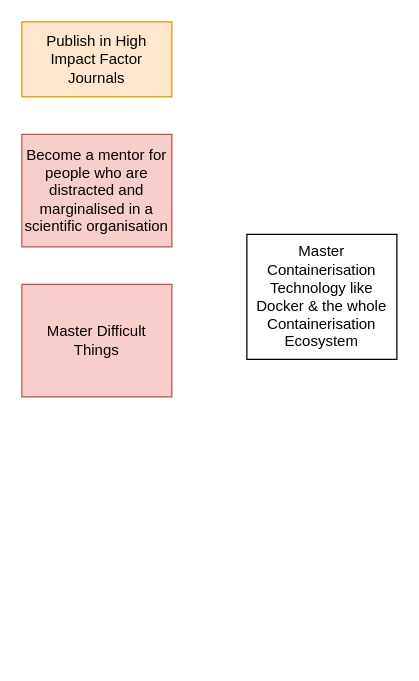
devranjandas/easy-office keeps this draw.io diagram as vision.drawio. Above is the earlier version. Source tidied: cells renumbered, new cells numbered last; positions are measured from the earlier drawing's top-left corner, leaving out a move shared by most shapes. Both pictures are drawn from the tidied source at 125%, with x=0, y=0 at pixel (21, 21).
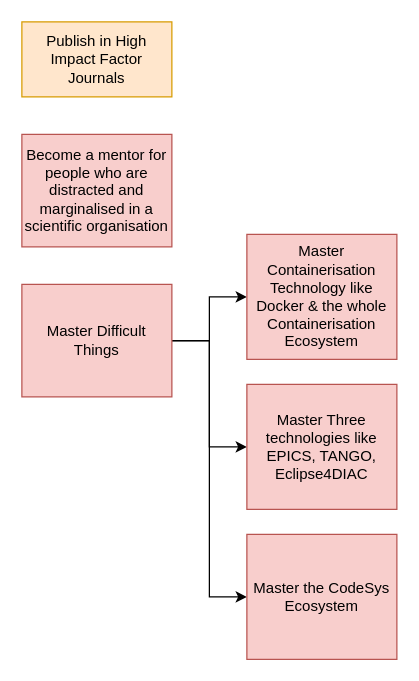
Above is the later version.

The edit, as a diff of the source:
```diff
@@
 <mxGraphModel>
   <root>
     <mxCell id="0" />
     <mxCell id="1" parent="0" />
     <mxCell id="2" value="Publish in High Impact Factor Journals" style="rounded=0;whiteSpace=wrap;html=1;fillColor=#ffe6cc;strokeColor=#d79b00;" parent="1" vertex="1">
       <mxGeometry width="120" height="60" as="geometry" />
     </mxCell>
     <mxCell id="3" value="Become a mentor for people who are distracted and marginalised in a scientific organisation" style="rounded=0;whiteSpace=wrap;html=1;fillColor=#f8cecc;strokeColor=#b85450;" parent="1" vertex="1">
       <mxGeometry y="90" width="120" height="90" as="geometry" />
     </mxCell>
+    <mxCell id="6" style="edgeStyle=orthogonalEdgeStyle;rounded=0;jettySize=auto;html=1;exitX=1;exitY=0.5;exitDx=0;exitDy=0;entryX=0;entryY=0.5;entryDx=0;entryDy=0;" parent="1" edge="1" source="4" target="5">
+      <mxGeometry relative="1" as="geometry" />
+    </mxCell>
+    <mxCell id="7" style="edgeStyle=orthogonalEdgeStyle;rounded=0;jettySize=auto;html=1;exitX=1;exitY=0.5;exitDx=0;exitDy=0;entryX=0;entryY=0.5;entryDx=0;entryDy=0;" parent="1" edge="1" source="4" target="9">
+      <mxGeometry relative="1" as="geometry" />
+    </mxCell>
+    <mxCell id="8" style="edgeStyle=orthogonalEdgeStyle;rounded=0;jettySize=auto;html=1;exitX=1;exitY=0.5;exitDx=0;exitDy=0;entryX=0;entryY=0.5;entryDx=0;entryDy=0;" parent="1" edge="1" source="4" target="10">
+      <mxGeometry relative="1" as="geometry" />
+    </mxCell>
     <mxCell id="4" value="Master Difficult Things" style="rounded=0;whiteSpace=wrap;html=1;fillColor=#f8cecc;strokeColor=#b85450;" parent="1" vertex="1">
       <mxGeometry y="210" width="120" height="90" as="geometry" />
     </mxCell>
-    <mxCell id="5" value="Master Containerisation Technology like Docker &amp;amp; the whole Containerisation Ecosystem" style="rounded=0;whiteSpace=wrap;html=1;" parent="1" vertex="1">
+    <mxCell id="5" value="Master Containerisation Technology like Docker &amp;amp; the whole Containerisation Ecosystem" style="rounded=0;whiteSpace=wrap;html=1;fillColor=#f8cecc;strokeColor=#b85450;" parent="1" vertex="1">
       <mxGeometry x="180" y="170" width="120" height="100" as="geometry" />
     </mxCell>
+    <mxCell id="9" value="Master Three technologies like EPICS, TANGO, Eclipse4DIAC" style="rounded=0;whiteSpace=wrap;html=1;fillColor=#f8cecc;strokeColor=#b85450;" parent="1" vertex="1">
+      <mxGeometry x="180" y="290" width="120" height="100" as="geometry" />
+    </mxCell>
+    <mxCell id="10" value="Master the CodeSys Ecosystem" style="rounded=0;whiteSpace=wrap;html=1;fillColor=#f8cecc;strokeColor=#b85450;" parent="1" vertex="1">
+      <mxGeometry x="180" y="410" width="120" height="100" as="geometry" />
+    </mxCell>
   </root>
 </mxGraphModel>
```
